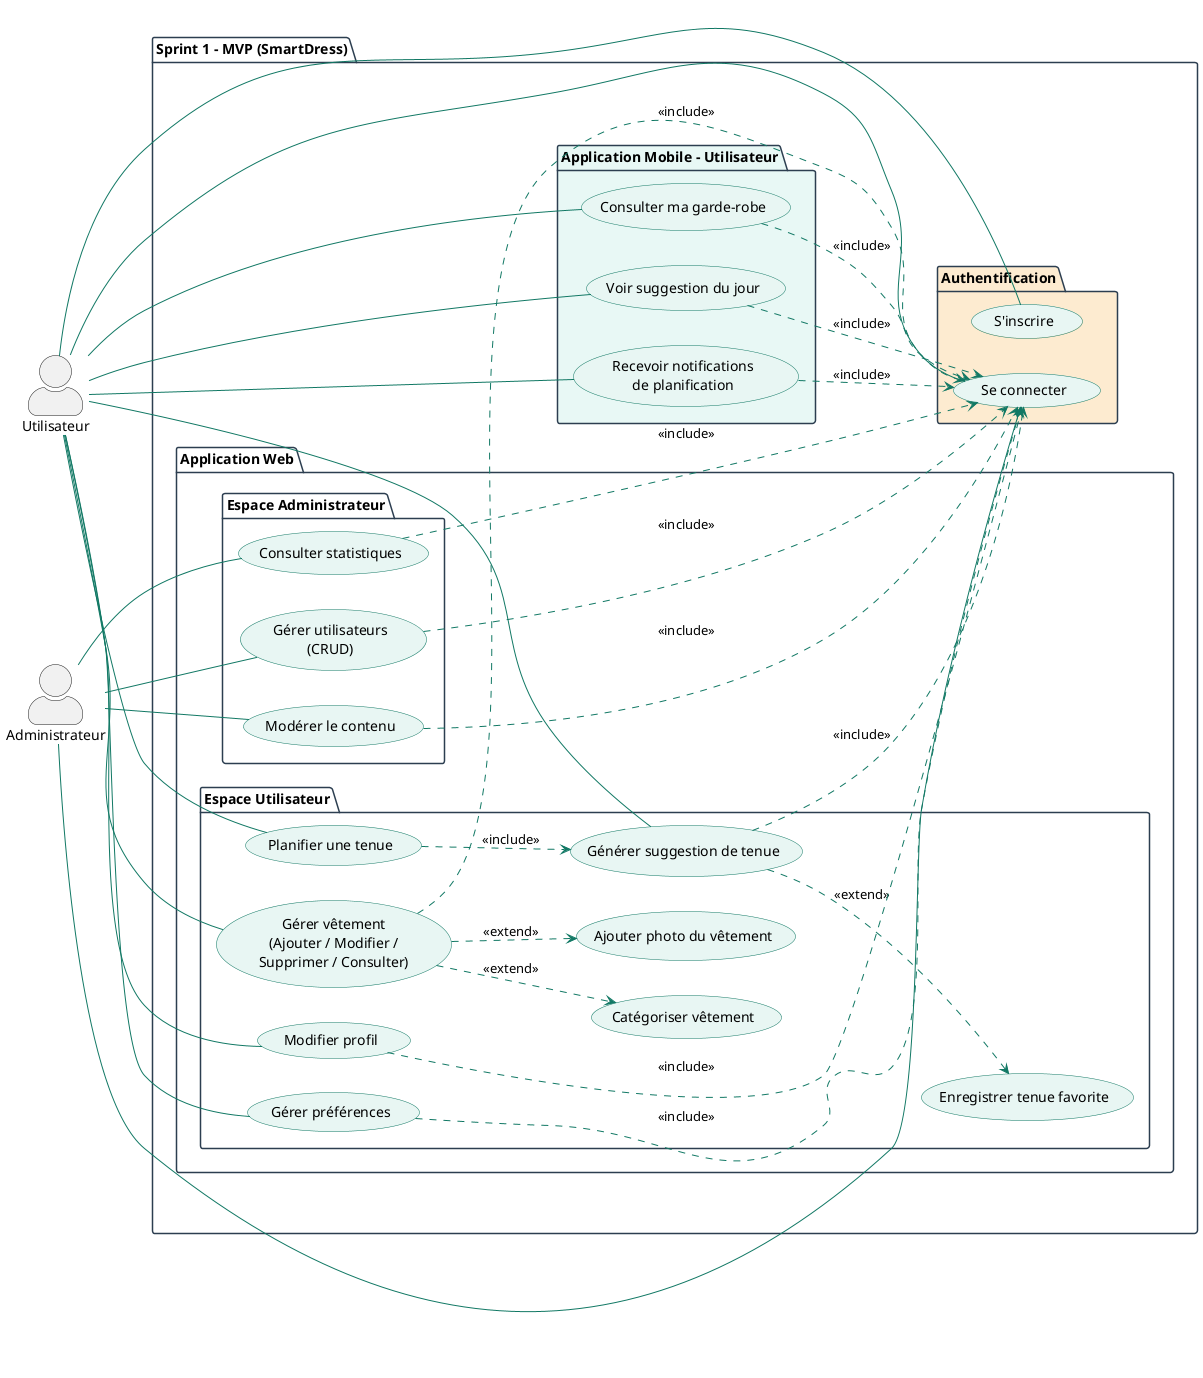
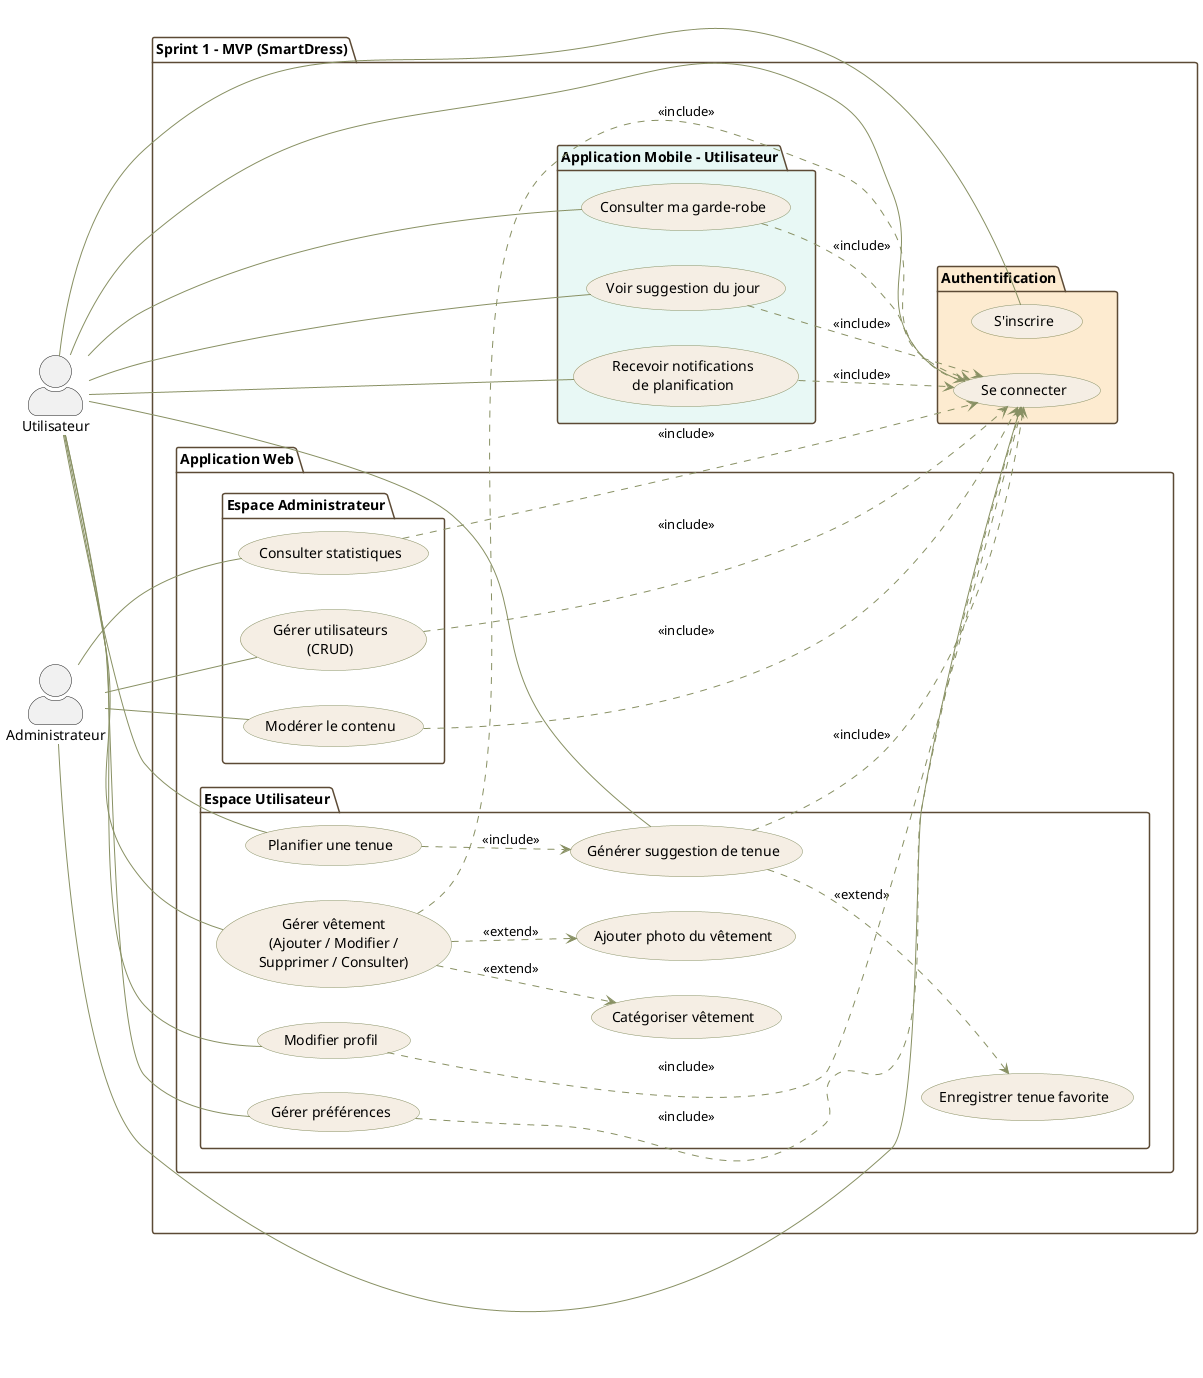
@startuml
skinparam actorStyle awesome
left to right direction
skinparam package {
    BackgroundColor White
-     BorderColor #2C3E50
+     BorderColor #5C4A35
}
skinparam usecase {
-     BackgroundColor #E8F6F3
-     BorderColor #117864
-     ArrowColor #117864
+     BackgroundColor #F5EEE4
+     BorderColor #889063
+     ArrowColor #889063
}

actor "Utilisateur" as U
actor "Administrateur" as Admin

package "Sprint 1 – MVP (SmartDress)" {

    ' =========================
    ' 🔐 Authentification (Commune)
    ' =========================
    package "Authentification" #FDEBD0 {
        usecase "S'inscrire" as UC_REG
        usecase "Se connecter" as UC_AUTH
    }

    U -- UC_REG
    U -- UC_AUTH
    Admin -- UC_AUTH

    ' =========================
    ' 🌐 Application Web
    ' =========================
    package "Application Web" {

        ' -------- Espace Utilisateur --------
        package "Espace Utilisateur" {
            usecase "Gérer vêtement\n(Ajouter / Modifier /\nSupprimer / Consulter)" as UC1
            usecase "Catégoriser vêtement" as UC2
            usecase "Ajouter photo du vêtement" as UC3
            usecase "Générer suggestion de tenue" as UC4
            usecase "Planifier une tenue" as UC5
            usecase "Enregistrer tenue favorite" as UC6
            usecase "Modifier profil" as UC7
            usecase "Gérer préférences" as UC8
        }

        U -- UC1
        U -- UC4
        U -- UC5
        U -- UC7
        U -- UC8

        UC1 ..> UC_AUTH : <<include>>
        UC1 ..> UC2 : <<extend>>
        UC1 ..> UC3 : <<extend>>
        UC4 ..> UC_AUTH : <<include>>
        UC4 ..> UC6 : <<extend>>
        UC5 ..> UC4 : <<include>>
        UC7 ..> UC_AUTH : <<include>>
        UC8 ..> UC_AUTH : <<include>>

        ' -------- Espace Administrateur --------
        package "Espace Administrateur" {
            usecase "Gérer utilisateurs\n(CRUD)" as UC9
            usecase "Modérer le contenu" as UC10
            usecase "Consulter statistiques" as UC11
        }

        Admin -- UC9
        Admin -- UC10
        Admin -- UC11

        UC9 ..> UC_AUTH : <<include>>
        UC10 ..> UC_AUTH : <<include>>
        UC11 ..> UC_AUTH : <<include>>
    }

    ' =========================
    ' 📱 Application Mobile (Utilisateur uniquement)
    ' =========================
    package "Application Mobile – Utilisateur" #E8F8F5 {
        usecase "Consulter ma garde-robe" as UC_M1
        usecase "Voir suggestion du jour" as UC_M2
        usecase "Recevoir notifications\nde planification" as UC_M3
    }

    U -- UC_M1
    U -- UC_M2
    U -- UC_M3

    UC_M1 ..> UC_AUTH : <<include>>
    UC_M2 ..> UC_AUTH : <<include>>
    UC_M3 ..> UC_AUTH : <<include>>
}
@enduml